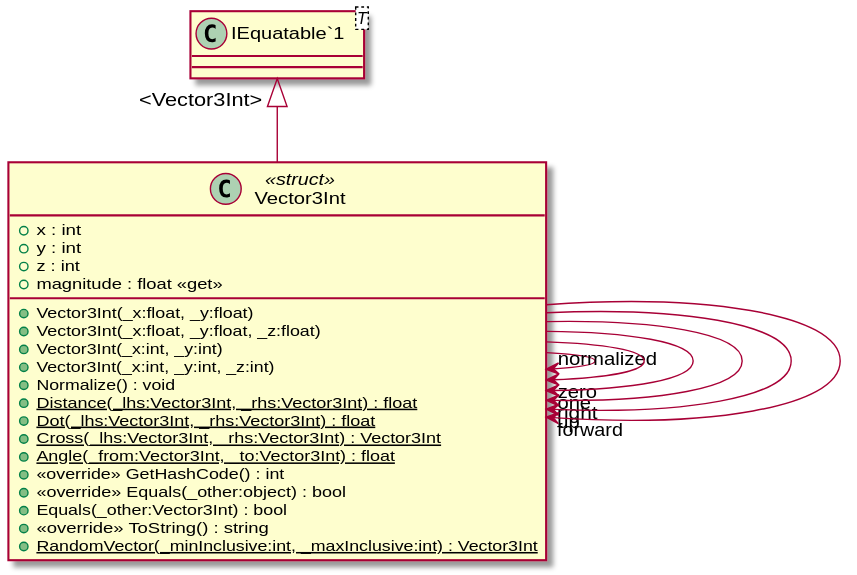
The PlantUML diagram UML/Core/Math/Vector3Int.svg in Zaephus/GraphicsProgramming, before a commit. Source of this version:
```plantuml
@startuml
class Vector3Int <<struct>> {
    + x : int
    + y : int
    + z : int
    + Vector3Int(_x:float, _y:float)
    + Vector3Int(_x:float, _y:float, _z:float)
    + Vector3Int(_x:int, _y:int)
    + Vector3Int(_x:int, _y:int, _z:int)
    + magnitude : float <<get>>
    + Normalize() : void
    + {static} Distance(_lhs:Vector3Int, _rhs:Vector3Int) : float
    + {static} Dot(_lhs:Vector3Int, _rhs:Vector3Int) : float
    + {static} Cross(_lhs:Vector3Int, _rhs:Vector3Int) : Vector3Int
    + {static} Angle(_from:Vector3Int, _to:Vector3Int) : float
    + <<override>> GetHashCode() : int
    + <<override>> Equals(_other:object) : bool
    + Equals(_other:Vector3Int) : bool
    + <<override>> ToString() : string
    + {static} RandomVector(_minInclusive:int, _maxInclusive:int) : Vector3Int
}
class "IEquatable`1"<T> {
}
"IEquatable`1" "<Vector3Int>" <|-- Vector3Int
Vector3Int --> "normalized" Vector3Int
Vector3Int --> "zero" Vector3Int
Vector3Int --> "one" Vector3Int
Vector3Int --> "right" Vector3Int
Vector3Int --> "up" Vector3Int
Vector3Int --> "forward" Vector3Int
@enduml
```
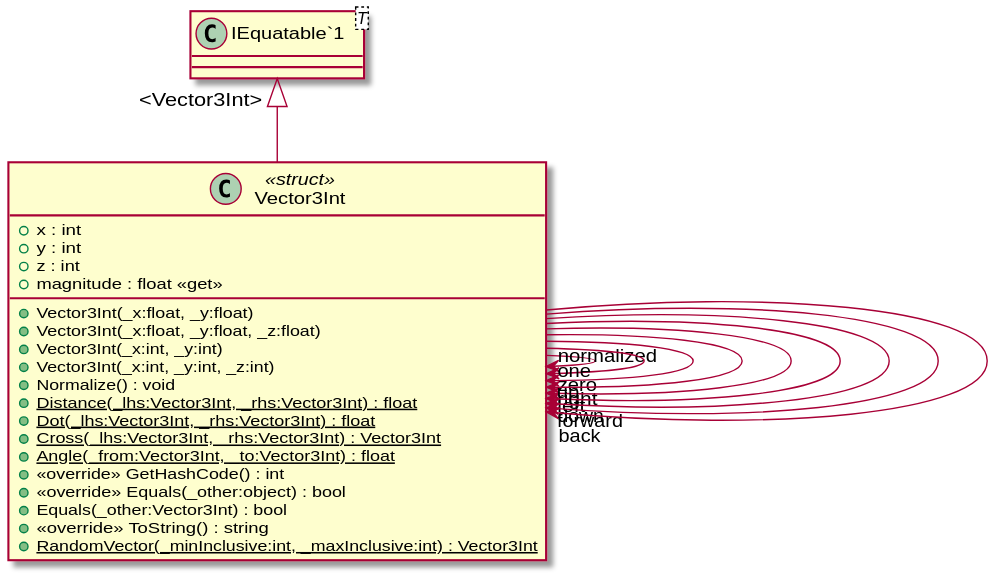
The same file after the commit.

What changed in the source:
```diff
@@ -26,6 +26,9 @@
 Vector3Int --> "zero" Vector3Int
 Vector3Int --> "one" Vector3Int
 Vector3Int --> "right" Vector3Int
+Vector3Int --> "left" Vector3Int
 Vector3Int --> "up" Vector3Int
+Vector3Int --> "down" Vector3Int
 Vector3Int --> "forward" Vector3Int
+Vector3Int --> "back" Vector3Int
 @enduml
```
